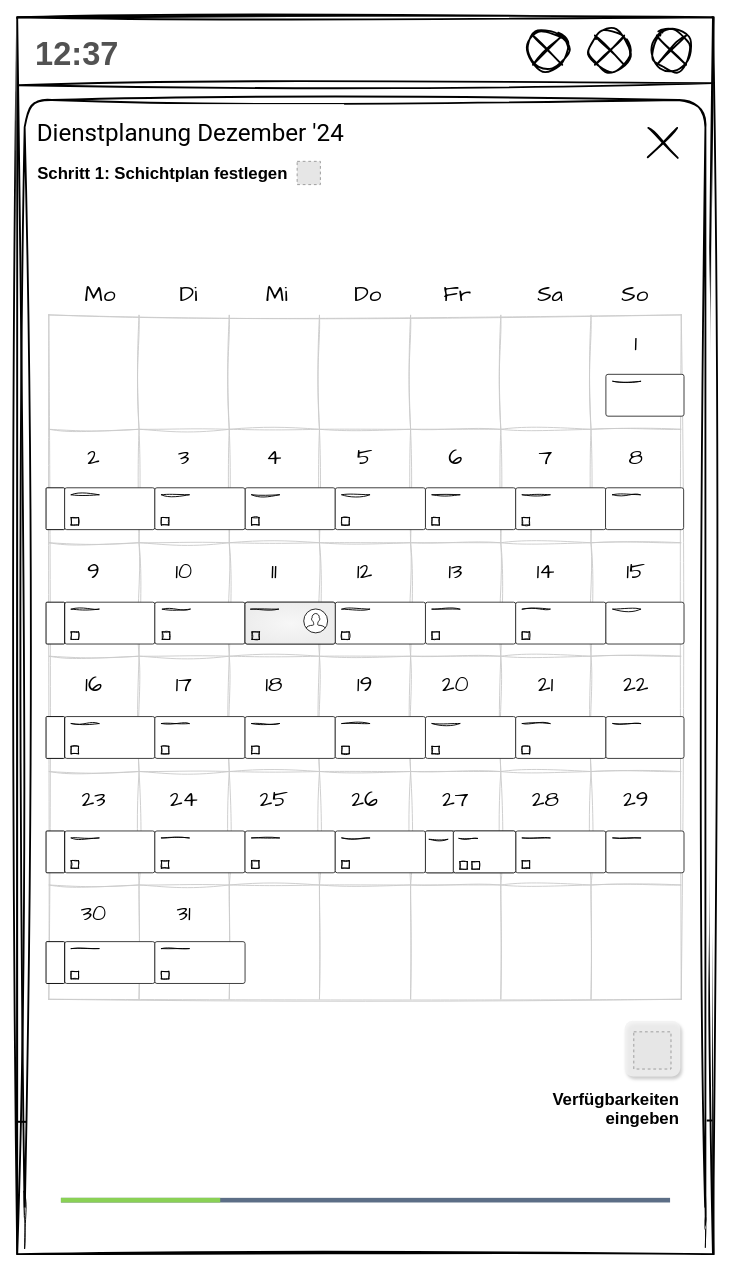
Before: page "SE_SchichtAufteilen" (4 of 8) of 5_Pitch/Mockup_UserFlow_CreateWorkSchedule.drawio in annikalenneper/praxisprojekt_mi_bachelor_SoSe24, a draw.io diagram. Source tidied: cells renumbered, new cells numbered last; positions are measured from the earlier drawing's top-left corner, leaving out a move shared by most shapes. Both pictures are drawn from the tidied source at 93%, with x=0, y=0 at pixel (17, 17). Pictures stored in the file or linked from it are replaced by grey dashed boxes.
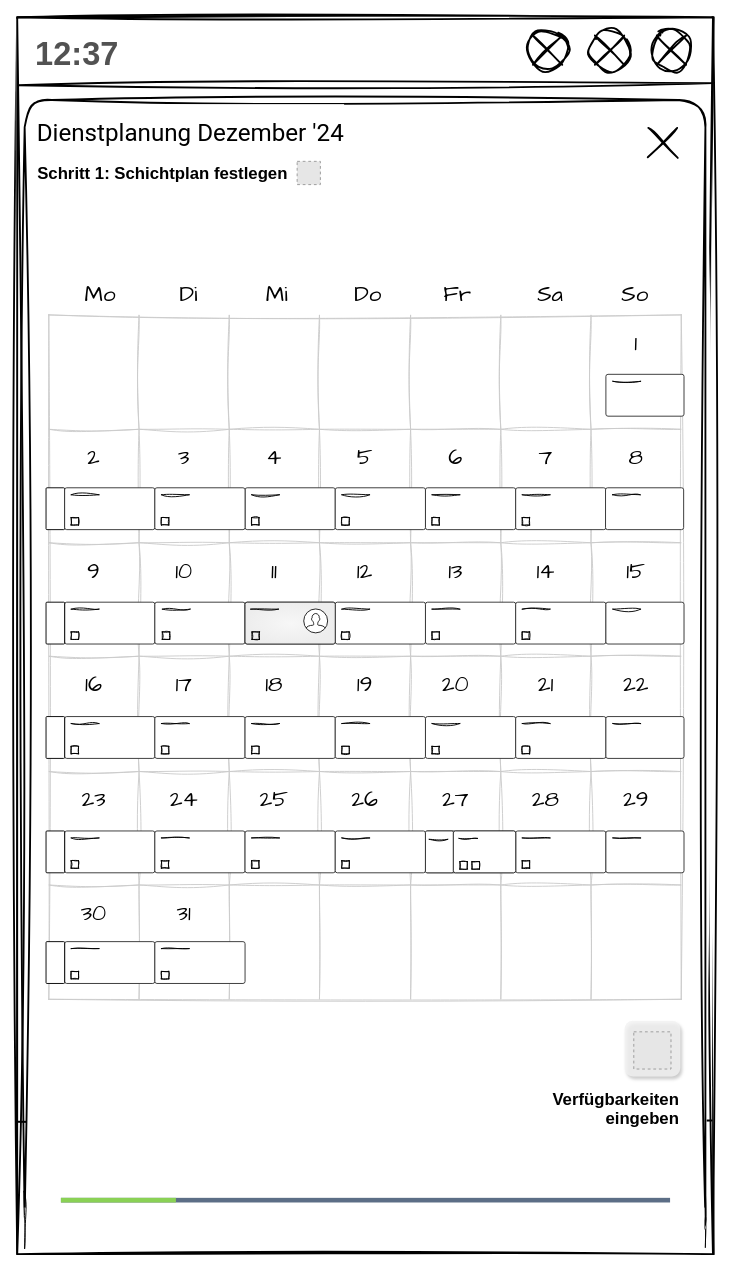
The same diagram, later.

What changed in the source:
```diff
@@
-    <mxCell id="42" style="verticalLabelPosition=bottom;verticalAlign=top;html=1;shadow=0;dashed=0;strokeWidth=1;shape=mxgraph.ios.iCloudProgressBar;barPos=26.15;" parent="1" vertex="1">
+    <mxCell id="42" style="verticalLabelPosition=bottom;verticalAlign=top;html=1;shadow=0;dashed=0;strokeWidth=1;shape=mxgraph.ios.iCloudProgressBar;barPos=18.88;" parent="1" vertex="1">
       <mxGeometry x="47" y="1257" width="655" height="30" as="geometry" />
     </mxCell>
```
